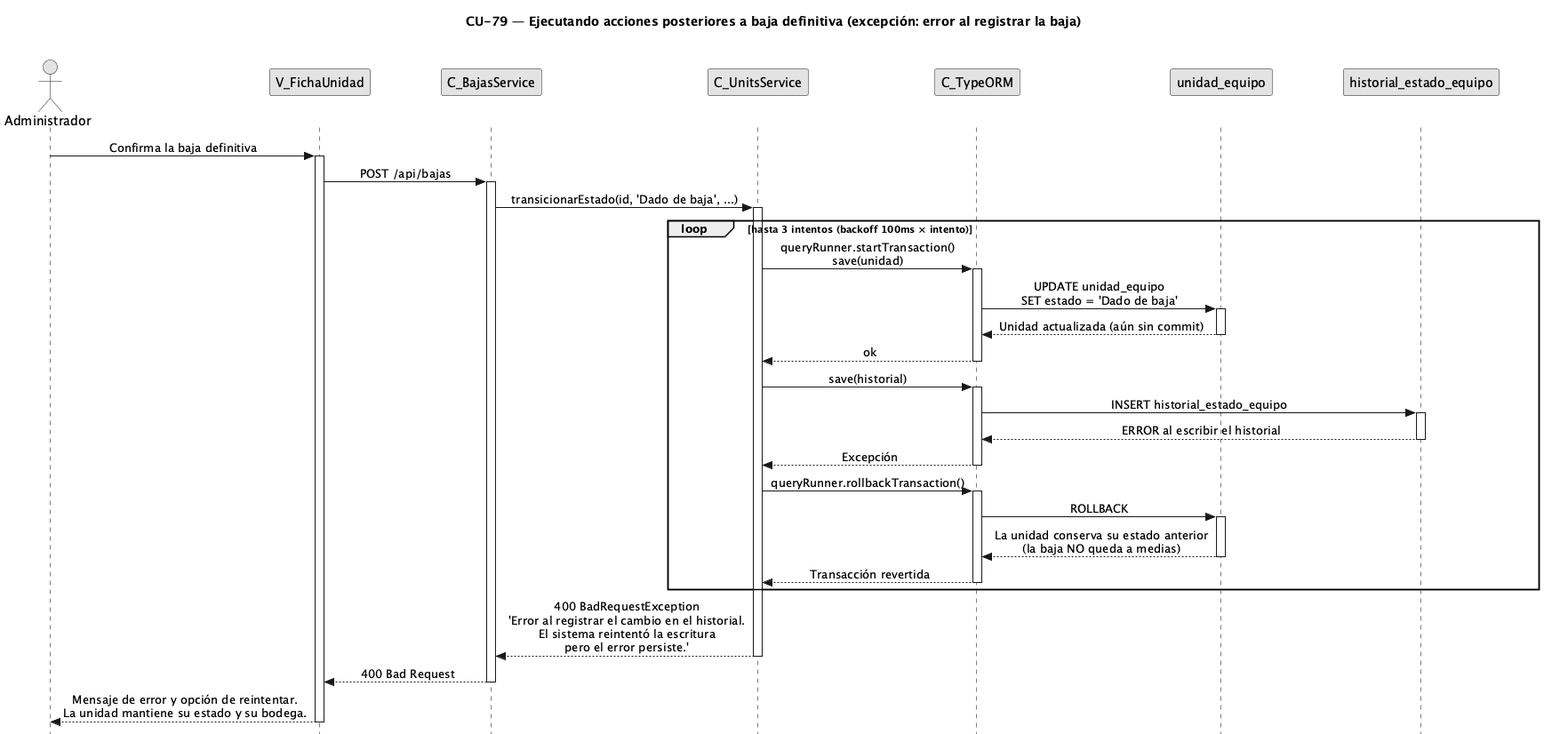
Before: diagramas/diagramas-secuencia/CU79/CU79-exc-error-registro.png, a diagram exported from PlantUML (FSM-Finet-y-Cable-Magico/Team_1-Inventario-y-Bodega).
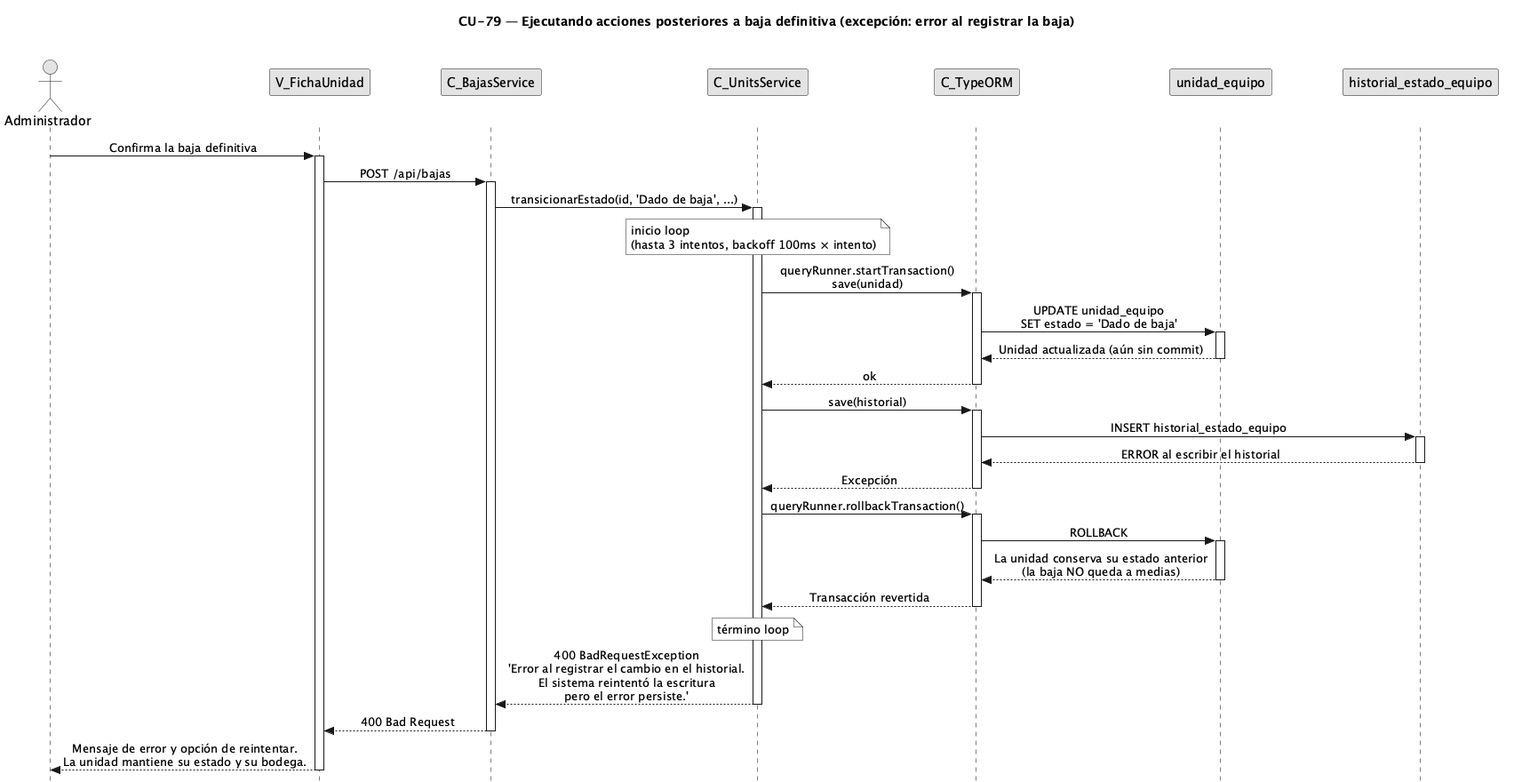
After the commit.

Change to the diagram source:
```diff
@@ -36,7 +36,7 @@
 bsvc -> svc : transicionarEstado(id, 'Dado de baja', ...)
 activate svc
 
-loop hasta 3 intentos (backoff 100ms × intento)
+note over svc : inicio loop\n(hasta 3 intentos, backoff 100ms × intento)
     svc -> orm : queryRunner.startTransaction()\nsave(unidad)
     activate orm
     orm -> uent : UPDATE unidad_equipo\nSET estado = 'Dado de baja'
@@ -63,7 +63,7 @@
     deactivate uent
     orm --> svc : Transacción revertida
     deactivate orm
-end
+note over svc : término loop
 
 svc --> bsvc : 400 BadRequestException\n'Error al registrar el cambio en el historial.\nEl sistema reintentó la escritura\npero el error persiste.'
 deactivate svc
```
